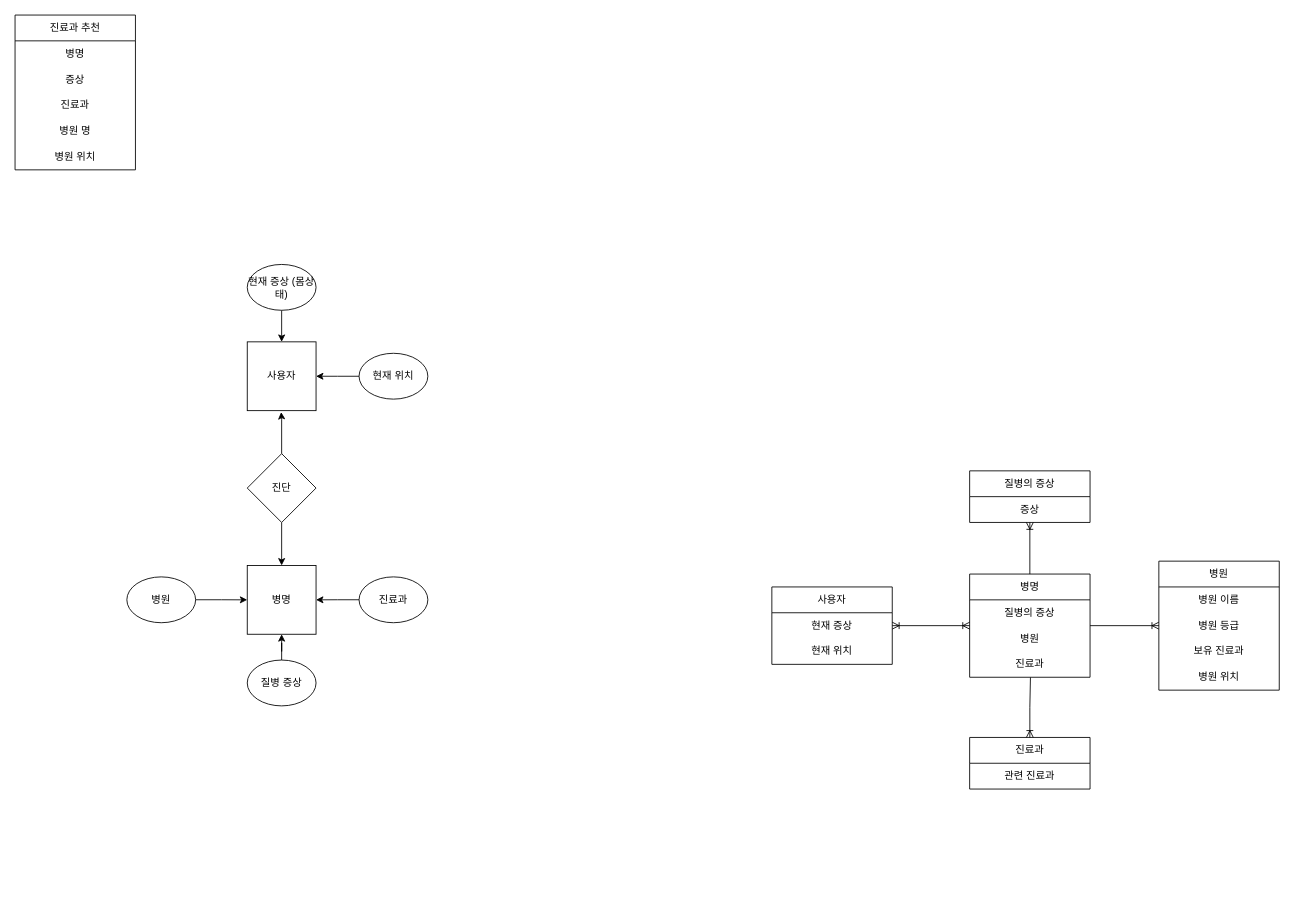
The draw.io diagram ERD/ERD.drawio in PJH222/2nd_project, before the edit. Source tidied: cells renumbered, new cells numbered last; positions are measured from the earlier drawing's top-left corner, leaving out a move shared by most shapes. Both pictures are drawn from the tidied source at 86%, with x=0, y=0 at pixel (15, 15).
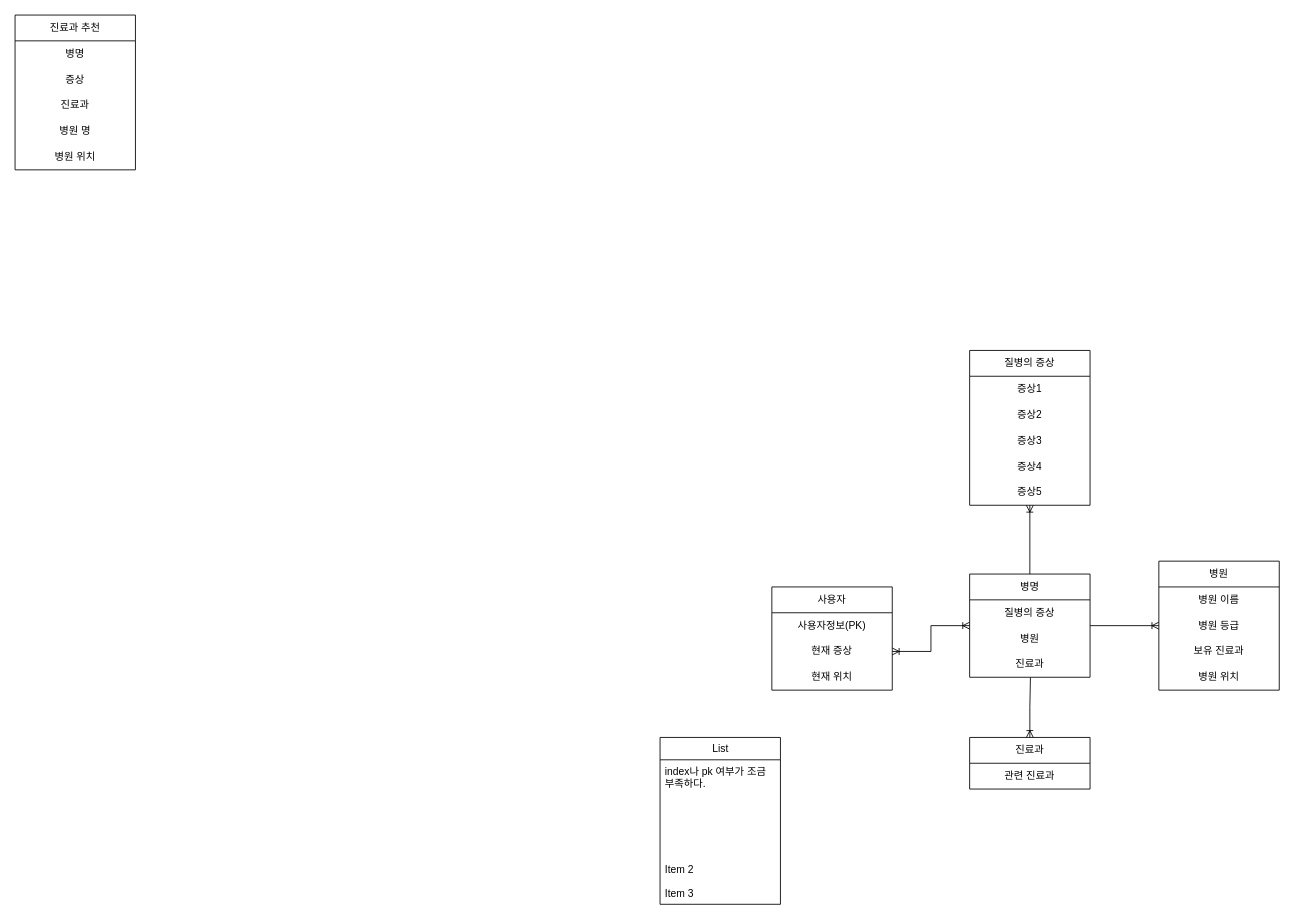
Above is the later version.

What changed in the source:
```diff
@@
-    <mxCell id="8" value="&lt;div&gt;&lt;span style=&quot;background-color: initial;&quot;&gt;사용자&lt;/span&gt;&lt;br&gt;&lt;/div&gt;" style="whiteSpace=wrap;html=1;" parent="1" vertex="1">
-      <mxGeometry x="270" y="380" width="80" height="80" as="geometry" />
-    </mxCell>
-    <mxCell id="9" style="edgeStyle=orthogonalEdgeStyle;rounded=0;jettySize=auto;html=1;" parent="1" edge="1" source="10" target="8">
-      <mxGeometry relative="1" as="geometry" />
-    </mxCell>
-    <mxCell id="10" value="현재 위치" style="ellipse;whiteSpace=wrap;html=1;" parent="1" vertex="1">
-      <mxGeometry x="400" y="393.3" width="80" height="53.3" as="geometry" />
-    </mxCell>
-    <mxCell id="11" value="병명" style="whiteSpace=wrap;html=1;" parent="1" vertex="1">
-      <mxGeometry x="270" y="640" width="80" height="80" as="geometry" />
-    </mxCell>
-    <mxCell id="12" style="edgeStyle=orthogonalEdgeStyle;rounded=0;jettySize=auto;html=1;entryX=0.493;entryY=1.021;entryDx=0;entryDy=0;entryPerimeter=0;" parent="1" edge="1" source="14" target="8">
-      <mxGeometry relative="1" as="geometry">
-        <Array as="points">
-          <mxPoint x="310" y="470" />
-          <mxPoint x="309" y="470" />
-        </Array>
-      </mxGeometry>
-    </mxCell>
-    <mxCell id="13" style="edgeStyle=orthogonalEdgeStyle;rounded=0;jettySize=auto;html=1;" parent="1" edge="1" source="14" target="11">
-      <mxGeometry relative="1" as="geometry" />
-    </mxCell>
-    <mxCell id="14" value="진단" style="rhombus;whiteSpace=wrap;html=1;" parent="1" vertex="1">
-      <mxGeometry x="270" y="510" width="80" height="80" as="geometry" />
-    </mxCell>
-    <mxCell id="15" style="edgeStyle=orthogonalEdgeStyle;rounded=0;jettySize=auto;html=1;" parent="1" edge="1" source="16" target="11">
-      <mxGeometry relative="1" as="geometry" />
-    </mxCell>
-    <mxCell id="16" value="병원" style="ellipse;whiteSpace=wrap;html=1;" parent="1" vertex="1">
-      <mxGeometry x="130" y="653.3" width="80" height="53.3" as="geometry" />
-    </mxCell>
-    <mxCell id="17" style="edgeStyle=orthogonalEdgeStyle;rounded=0;jettySize=auto;html=1;entryX=1;entryY=0.5;entryDx=0;entryDy=0;" parent="1" edge="1" source="18" target="11">
-      <mxGeometry relative="1" as="geometry" />
-    </mxCell>
-    <mxCell id="18" value="진료과" style="ellipse;whiteSpace=wrap;html=1;" parent="1" vertex="1">
-      <mxGeometry x="400" y="653.3" width="80" height="53.3" as="geometry" />
-    </mxCell>
-    <mxCell id="19" style="edgeStyle=orthogonalEdgeStyle;rounded=0;jettySize=auto;html=1;exitX=0.5;exitY=1;exitDx=0;exitDy=0;entryX=0.5;entryY=0;entryDx=0;entryDy=0;" parent="1" edge="1" source="20" target="8">
-      <mxGeometry relative="1" as="geometry" />
-    </mxCell>
-    <mxCell id="20" value="현재 증상 (몸상태)" style="ellipse;whiteSpace=wrap;html=1;" parent="1" vertex="1">
-      <mxGeometry x="270" y="290" width="80" height="53.3" as="geometry" />
-    </mxCell>
-    <mxCell id="21" style="edgeStyle=orthogonalEdgeStyle;rounded=0;jettySize=auto;html=1;entryX=0.5;entryY=1;entryDx=0;entryDy=0;" parent="1" edge="1" source="22" target="11">
-      <mxGeometry relative="1" as="geometry" />
-    </mxCell>
-    <mxCell id="22" value="질병 증상" style="ellipse;whiteSpace=wrap;html=1;" parent="1" vertex="1">
-      <mxGeometry x="270" y="750" width="80" height="53.3" as="geometry" />
-    </mxCell>
     <mxCell id="23" value="사용자" style="swimlane;fontStyle=0;horizontal=1;startSize=30;whiteSpace=wrap;html=1;align=center;" parent="1" vertex="1">
-      <mxGeometry x="880" y="665" width="140" height="90" as="geometry" />
+      <mxGeometry x="880" y="665" width="140" height="120" as="geometry" />
     </mxCell>
+    <mxCell id="43" value="사용자정보(PK)" style="text;strokeColor=none;fillColor=none;align=center;verticalAlign=middle;spacingLeft=4;spacingRight=4;overflow=hidden;whiteSpace=wrap;html=1;" parent="23" vertex="1">
+      <mxGeometry y="30" width="140" height="30" as="geometry" />
+    </mxCell>
     <mxCell id="24" value="현재 증상" style="text;strokeColor=none;fillColor=none;align=center;verticalAlign=middle;spacingLeft=4;spacingRight=4;overflow=hidden;points=[[0,0.5],[1,0.5]];portConstraint=eastwest;whiteSpace=wrap;html=1;" parent="23" vertex="1">
-      <mxGeometry y="30" width="140" height="30" as="geometry" />
+      <mxGeometry y="60" width="140" height="30" as="geometry" />
     </mxCell>
     <mxCell id="25" value="현재 위치" style="text;strokeColor=none;fillColor=none;align=center;verticalAlign=middle;spacingLeft=4;spacingRight=4;overflow=hidden;whiteSpace=wrap;html=1;" parent="23" vertex="1">
-      <mxGeometry y="60" width="140" height="30" as="geometry" />
+      <mxGeometry y="90" width="140" height="30" as="geometry" />
     </mxCell>
@@
     <mxCell id="40" value="질병의 증상" style="swimlane;fontStyle=0;horizontal=1;startSize=30;whiteSpace=wrap;html=1;align=center;" parent="1" vertex="1">
-      <mxGeometry x="1110" y="530" width="140" height="60" as="geometry" />
+      <mxGeometry x="1110" y="390" width="140" height="180" as="geometry" />
     </mxCell>
-    <mxCell id="41" value="증상" style="text;strokeColor=none;fillColor=none;align=center;verticalAlign=middle;spacingLeft=4;spacingRight=4;overflow=hidden;whiteSpace=wrap;html=1;" parent="40" vertex="1">
+    <mxCell id="41" value="증상1" style="text;strokeColor=none;fillColor=none;align=center;verticalAlign=middle;spacingLeft=4;spacingRight=4;overflow=hidden;whiteSpace=wrap;html=1;" parent="40" vertex="1">
       <mxGeometry y="30" width="140" height="30" as="geometry" />
     </mxCell>
+    <mxCell id="44" value="증상2" style="text;strokeColor=none;fillColor=none;align=center;verticalAlign=middle;spacingLeft=4;spacingRight=4;overflow=hidden;whiteSpace=wrap;html=1;" parent="40" vertex="1">
+      <mxGeometry y="60" width="140" height="30" as="geometry" />
+    </mxCell>
+    <mxCell id="45" value="증상3" style="text;strokeColor=none;fillColor=none;align=center;verticalAlign=middle;spacingLeft=4;spacingRight=4;overflow=hidden;whiteSpace=wrap;html=1;" parent="40" vertex="1">
+      <mxGeometry y="90" width="140" height="30" as="geometry" />
+    </mxCell>
+    <mxCell id="46" value="증상4" style="text;strokeColor=none;fillColor=none;align=center;verticalAlign=middle;spacingLeft=4;spacingRight=4;overflow=hidden;whiteSpace=wrap;html=1;" parent="40" vertex="1">
+      <mxGeometry y="120" width="140" height="30" as="geometry" />
+    </mxCell>
+    <mxCell id="47" value="증상5" style="text;strokeColor=none;fillColor=none;align=center;verticalAlign=middle;spacingLeft=4;spacingRight=4;overflow=hidden;whiteSpace=wrap;html=1;" parent="40" vertex="1">
+      <mxGeometry y="150" width="140" height="30" as="geometry" />
+    </mxCell>
@@
+    <mxCell id="48" value="List" style="swimlane;fontStyle=0;horizontal=1;startSize=26;fillColor=none;html=1;" parent="1" vertex="1">
+      <mxGeometry x="750" y="840" width="140" height="194" as="geometry" />
+    </mxCell>
+    <mxCell id="49" value="index나 pk 여부가 조금 부족하다.&lt;div&gt;&lt;br/&gt;&lt;/div&gt;" style="text;strokeColor=none;fillColor=none;align=left;verticalAlign=top;spacingLeft=4;spacingRight=4;overflow=hidden;whiteSpace=wrap;html=1;" parent="48" vertex="1">
+      <mxGeometry y="26" width="140" height="114" as="geometry" />
+    </mxCell>
+    <mxCell id="50" value="Item 2" style="text;strokeColor=none;fillColor=none;align=left;verticalAlign=top;spacingLeft=4;spacingRight=4;overflow=hidden;whiteSpace=wrap;html=1;" parent="48" vertex="1">
+      <mxGeometry y="140" width="140" height="28" as="geometry" />
+    </mxCell>
+    <mxCell id="51" value="Item 3" style="text;strokeColor=none;fillColor=none;align=left;verticalAlign=top;spacingLeft=4;spacingRight=4;overflow=hidden;whiteSpace=wrap;html=1;" parent="48" vertex="1">
+      <mxGeometry y="168" width="140" height="26" as="geometry" />
+    </mxCell>
```
